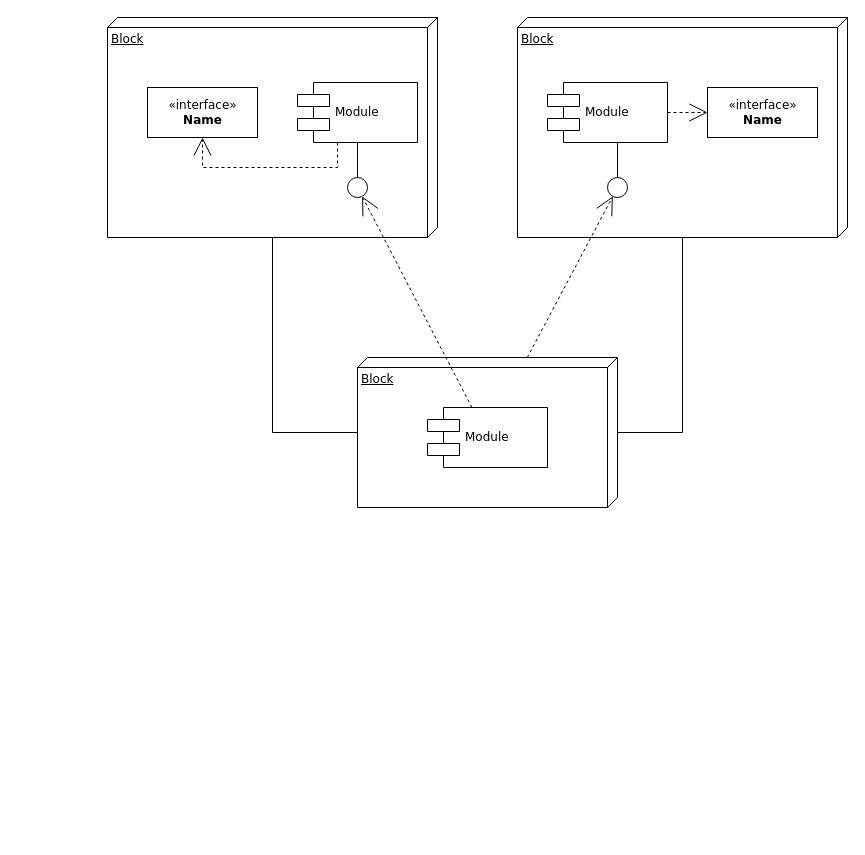
Above: Client.drawio in Ex-A01/Lm2HD-Materials-graph (draw.io), before the change. Source tidied: cells renumbered, new cells numbered last; positions are measured from the earlier drawing's top-left corner, leaving out a move shared by most shapes. Both pictures are drawn from the tidied source at 100%, with x=0, y=0 at pixel (107, 17).
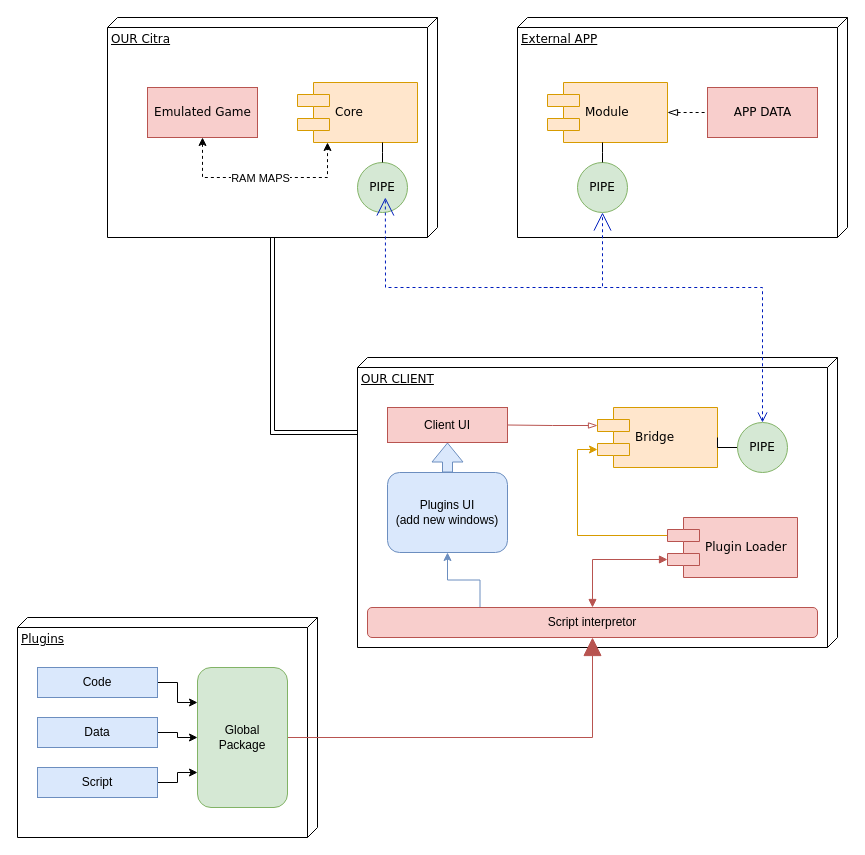
The same diagram, later.

Commit message:
Mettre à jour Client.drawio

What changed in the source:
```diff
@@
-    <mxCell id="2" value="Block" style="verticalAlign=top;align=left;spacingTop=8;spacingLeft=2;spacingRight=12;shape=cube;size=10;direction=south;fontStyle=4;html=1;rounded=0;shadow=0;comic=0;labelBackgroundColor=none;strokeWidth=1;fontFamily=Verdana;fontSize=12;" parent="1" vertex="1">
+    <mxCell id="2" value="OUR Citra" style="verticalAlign=top;align=left;spacingTop=8;spacingLeft=2;spacingRight=12;shape=cube;size=10;direction=south;fontStyle=4;html=1;rounded=0;shadow=0;comic=0;labelBackgroundColor=none;strokeWidth=1;fontFamily=Verdana;fontSize=12;" parent="1" vertex="1">
       <mxGeometry width="330" height="220" as="geometry" />
     </mxCell>
-    <mxCell id="3" value="Block" style="verticalAlign=top;align=left;spacingTop=8;spacingLeft=2;spacingRight=12;shape=cube;size=10;direction=south;fontStyle=4;html=1;rounded=0;shadow=0;comic=0;labelBackgroundColor=none;strokeWidth=1;fontFamily=Verdana;fontSize=12;" parent="1" vertex="1">
+    <mxCell id="3" value="External APP" style="verticalAlign=top;align=left;spacingTop=8;spacingLeft=2;spacingRight=12;shape=cube;size=10;direction=south;fontStyle=4;html=1;rounded=0;shadow=0;comic=0;labelBackgroundColor=none;strokeWidth=1;fontFamily=Verdana;fontSize=12;" parent="1" vertex="1">
       <mxGeometry x="410" width="330" height="220" as="geometry" />
     </mxCell>
-    <mxCell id="4" value="Block" style="verticalAlign=top;align=left;spacingTop=8;spacingLeft=2;spacingRight=12;shape=cube;size=10;direction=south;fontStyle=4;html=1;rounded=0;shadow=0;comic=0;labelBackgroundColor=none;strokeWidth=1;fontFamily=Verdana;fontSize=12;" parent="1" vertex="1">
-      <mxGeometry x="250" y="340" width="260" height="150" as="geometry" />
+    <mxCell id="4" value="OUR CLIENT" style="verticalAlign=top;align=left;spacingTop=8;spacingLeft=2;spacingRight=12;shape=cube;size=10;direction=south;fontStyle=4;html=1;rounded=0;shadow=0;comic=0;labelBackgroundColor=none;strokeWidth=1;fontFamily=Verdana;fontSize=12;" parent="1" vertex="1">
+      <mxGeometry x="250" y="340" width="480" height="290" as="geometry" />
     </mxCell>
-    <mxCell id="5" value="&amp;laquo;interface&amp;raquo;&lt;br&gt;&lt;b&gt;Name&lt;/b&gt;" style="html=1;rounded=0;shadow=0;comic=0;labelBackgroundColor=none;strokeWidth=1;fontFamily=Verdana;fontSize=12;align=center;" parent="1" vertex="1">
+    <mxCell id="5" value="Emulated Game" style="html=1;rounded=0;shadow=0;comic=0;labelBackgroundColor=none;strokeWidth=1;fontFamily=Verdana;fontSize=12;align=center;fillColor=#f8cecc;strokeColor=#b85450;" parent="1" vertex="1">
       <mxGeometry x="40" y="70" width="110" height="50" as="geometry" />
     </mxCell>
-    <mxCell id="6" value="Module" style="shape=component;align=left;spacingLeft=36;rounded=0;shadow=0;comic=0;labelBackgroundColor=none;strokeWidth=1;fontFamily=Verdana;fontSize=12;html=1;" parent="1" vertex="1">
+    <mxCell id="6" value="Core" style="shape=component;align=left;spacingLeft=36;rounded=0;shadow=0;comic=0;labelBackgroundColor=none;strokeWidth=1;fontFamily=Verdana;fontSize=12;html=1;fillColor=#ffe6cc;strokeColor=#d79b00;" parent="1" vertex="1">
       <mxGeometry x="190" y="65" width="120" height="60" as="geometry" />
     </mxCell>
-    <mxCell id="7" style="ellipse;whiteSpace=wrap;html=1;rounded=0;shadow=0;comic=0;labelBackgroundColor=none;strokeWidth=1;fontFamily=Verdana;fontSize=12;align=center;" parent="1" vertex="1">
-      <mxGeometry x="240" y="160" width="20" height="20" as="geometry" />
+    <mxCell id="7" value="PIPE" style="ellipse;whiteSpace=wrap;html=1;rounded=0;shadow=0;comic=0;labelBackgroundColor=none;strokeWidth=1;fontFamily=Verdana;fontSize=12;align=center;fillColor=#d5e8d4;strokeColor=#82b366;" parent="1" vertex="1">
+      <mxGeometry x="250" y="145" width="50" height="50" as="geometry" />
     </mxCell>
-    <mxCell id="8" value="Module" style="shape=component;align=left;spacingLeft=36;rounded=0;shadow=0;comic=0;labelBackgroundColor=none;strokeWidth=1;fontFamily=Verdana;fontSize=12;html=1;" parent="1" vertex="1">
+    <mxCell id="8" value="Module" style="shape=component;align=left;spacingLeft=36;rounded=0;shadow=0;comic=0;labelBackgroundColor=none;strokeWidth=1;fontFamily=Verdana;fontSize=12;html=1;fillColor=#ffe6cc;strokeColor=#d79b00;" parent="1" vertex="1">
       <mxGeometry x="440" y="65" width="120" height="60" as="geometry" />
     </mxCell>
-    <mxCell id="9" value="&amp;laquo;interface&amp;raquo;&lt;br&gt;&lt;b&gt;Name&lt;/b&gt;" style="html=1;rounded=0;shadow=0;comic=0;labelBackgroundColor=none;strokeWidth=1;fontFamily=Verdana;fontSize=12;align=center;" parent="1" vertex="1">
+    <mxCell id="9" value="APP DATA" style="html=1;rounded=0;shadow=0;comic=0;labelBackgroundColor=none;strokeWidth=1;fontFamily=Verdana;fontSize=12;align=center;fillColor=#f8cecc;strokeColor=#b85450;" parent="1" vertex="1">
       <mxGeometry x="600" y="70" width="110" height="50" as="geometry" />
     </mxCell>
-    <mxCell id="10" style="ellipse;whiteSpace=wrap;html=1;rounded=0;shadow=0;comic=0;labelBackgroundColor=none;strokeWidth=1;fontFamily=Verdana;fontSize=12;align=center;" parent="1" vertex="1">
-      <mxGeometry x="500" y="160" width="20" height="20" as="geometry" />
+    <mxCell id="10" value="PIPE" style="ellipse;whiteSpace=wrap;html=1;rounded=0;shadow=0;comic=0;labelBackgroundColor=none;strokeWidth=1;fontFamily=Verdana;fontSize=12;align=center;fillColor=#d5e8d4;strokeColor=#82b366;" parent="1" vertex="1">
+      <mxGeometry x="470" y="145" width="50" height="50" as="geometry" />
     </mxCell>
+    <mxCell id="20" style="edgeStyle=orthogonalEdgeStyle;rounded=0;jettySize=auto;html=1;exitX=0;exitY=0.3;exitDx=0;exitDy=0;entryX=1;entryY=0.5;entryDx=0;entryDy=0;endArrow=none;startFill=0;startArrow=blockThin;fillColor=#f8cecc;strokeColor=#b85450;endSize=12;targetPerimeterSpacing=12;sourcePerimeterSpacing=12;startSize=7;" parent="1" edge="1" source="11" target="39">
+      <mxGeometry relative="1" as="geometry" />
+    </mxCell>
-    <mxCell id="11" value="Module" style="shape=component;align=left;spacingLeft=36;rounded=0;shadow=0;comic=0;labelBackgroundColor=none;strokeWidth=1;fontFamily=Verdana;fontSize=12;html=1;" parent="1" vertex="1">
-      <mxGeometry x="320" y="390" width="120" height="60" as="geometry" />
+    <mxCell id="11" value="Bridge" style="shape=component;align=left;spacingLeft=36;rounded=0;shadow=0;comic=0;labelBackgroundColor=none;strokeWidth=1;fontFamily=Verdana;fontSize=12;html=1;fillColor=#ffe6cc;strokeColor=#d79b00;" parent="1" vertex="1">
+      <mxGeometry x="490" y="390" width="120" height="60" as="geometry" />
     </mxCell>
-    <mxCell id="12" style="edgeStyle=none;rounded=0;html=1;dashed=1;labelBackgroundColor=none;startArrow=none;startFill=0;startSize=8;endArrow=open;endFill=0;endSize=16;fontFamily=Verdana;fontSize=12;" parent="1" edge="1" source="11" target="7">
-      <mxGeometry relative="1" as="geometry" />
+    <mxCell id="12" style="edgeStyle=none;rounded=0;html=1;dashed=1;labelBackgroundColor=none;startArrow=none;startFill=0;startSize=8;endArrow=open;endFill=0;endSize=16;fontFamily=Verdana;fontSize=12;entryX=0.557;entryY=0.7;entryDx=0;entryDy=0;entryPerimeter=0;targetPerimeterSpacing=16;fillColor=#0050ef;strokeColor=#001DBC;" parent="1" edge="1" target="7">
+      <mxGeometry relative="1" as="geometry">
+        <mxPoint x="440" y="270" as="sourcePoint" />
+        <Array as="points">
+          <mxPoint x="278" y="270" />
+        </Array>
+      </mxGeometry>
     </mxCell>
-    <mxCell id="13" style="edgeStyle=none;rounded=0;html=1;dashed=1;labelBackgroundColor=none;startArrow=none;startFill=0;startSize=8;endArrow=open;endFill=0;endSize=16;fontFamily=Verdana;fontSize=12;" parent="1" edge="1" source="4" target="10">
-      <mxGeometry relative="1" as="geometry" />
+    <mxCell id="13" style="edgeStyle=none;rounded=0;html=1;dashed=1;labelBackgroundColor=none;startArrow=open;startFill=0;startSize=8;endArrow=open;endFill=0;endSize=16;fontFamily=Verdana;fontSize=12;exitX=0.5;exitY=0;exitDx=0;exitDy=0;fillColor=#0050ef;strokeColor=#001DBC;" parent="1" edge="1" source="24" target="10">
+      <mxGeometry relative="1" as="geometry">
+        <Array as="points">
+          <mxPoint x="655" y="270" />
+          <mxPoint x="435" y="270" />
+          <mxPoint x="495" y="270" />
+        </Array>
+      </mxGeometry>
     </mxCell>
@@
-    <mxCell id="16" style="edgeStyle=orthogonalEdgeStyle;rounded=0;html=1;labelBackgroundColor=none;startArrow=none;startFill=0;startSize=8;endArrow=open;endFill=0;endSize=16;fontFamily=Verdana;fontSize=12;dashed=1;" parent="1" edge="1" source="6" target="5">
-      <mxGeometry relative="1" as="geometry">
-        <Array as="points">
-          <mxPoint x="230" y="150" />
-          <mxPoint x="95" y="150" />
-        </Array>
-      </mxGeometry>
-    </mxCell>
-    <mxCell id="17" style="edgeStyle=orthogonalEdgeStyle;rounded=0;html=1;dashed=1;labelBackgroundColor=none;startArrow=none;startFill=0;startSize=8;endArrow=open;endFill=0;endSize=16;fontFamily=Verdana;fontSize=12;" parent="1" edge="1" source="8" target="9">
+    <mxCell id="17" style="edgeStyle=orthogonalEdgeStyle;rounded=0;html=1;dashed=1;labelBackgroundColor=none;startArrow=blockThin;startFill=0;startSize=8;endArrow=none;endFill=0;endSize=16;fontFamily=Verdana;fontSize=12;" parent="1" edge="1" source="8" target="9">
       <mxGeometry relative="1" as="geometry" />
     </mxCell>
-    <mxCell id="18" style="edgeStyle=orthogonalEdgeStyle;rounded=0;html=1;labelBackgroundColor=none;startArrow=none;startFill=0;startSize=8;endArrow=none;endFill=0;endSize=16;fontFamily=Verdana;fontSize=12;" parent="1" edge="1" source="4" target="3">
-      <mxGeometry relative="1" as="geometry">
-        <Array as="points">
-          <mxPoint x="575" y="415" />
-        </Array>
-      </mxGeometry>
-    </mxCell>
-    <mxCell id="19" style="edgeStyle=orthogonalEdgeStyle;rounded=0;html=1;labelBackgroundColor=none;startArrow=none;startFill=0;startSize=8;endArrow=none;endFill=0;endSize=16;fontFamily=Verdana;fontSize=12;" parent="1" edge="1" source="4" target="2">
+    <mxCell id="19" style="edgeStyle=orthogonalEdgeStyle;rounded=0;html=1;labelBackgroundColor=none;startArrow=none;startFill=0;endArrow=none;endFill=0;fontFamily=Verdana;fontSize=12;shape=link;" parent="1" edge="1" source="4" target="2">
       <mxGeometry relative="1" as="geometry">
         <Array as="points">
           <mxPoint x="165" y="415" />
         </Array>
       </mxGeometry>
     </mxCell>
+    <mxCell id="21" style="endArrow=classic;startArrow=classic;html=1;rounded=0;exitX=0.5;exitY=1;exitDx=0;exitDy=0;entryX=0.25;entryY=1;entryDx=0;entryDy=0;dashed=1;" parent="1" edge="1" source="5" target="6">
+      <mxGeometry relative="1" as="geometry">
+        <Array as="points">
+          <mxPoint x="95" y="160" />
+          <mxPoint x="220" y="160" />
+        </Array>
+      </mxGeometry>
+    </mxCell>
+    <mxCell id="22" value="RAM MAPS" style="edgeLabel;html=1;align=center;verticalAlign=middle;" parent="21" vertex="1">
+      <mxGeometry x="-0.32" relative="1" as="geometry">
+        <mxPoint x="29" as="offset" />
+      </mxGeometry>
+    </mxCell>
+    <mxCell id="23" style="edgeStyle=orthogonalEdgeStyle;rounded=0;jettySize=auto;html=1;exitX=0;exitY=0.5;exitDx=0;exitDy=0;entryX=1;entryY=0.5;entryDx=0;entryDy=0;endArrow=none;startFill=0;" parent="1" edge="1" source="24" target="11">
+      <mxGeometry relative="1" as="geometry" />
+    </mxCell>
+    <mxCell id="24" value="PIPE" style="ellipse;whiteSpace=wrap;html=1;rounded=0;shadow=0;comic=0;labelBackgroundColor=none;strokeWidth=1;fontFamily=Verdana;fontSize=12;align=center;fillColor=#d5e8d4;strokeColor=#82b366;" parent="1" vertex="1">
+      <mxGeometry x="630" y="405" width="50" height="50" as="geometry" />
+    </mxCell>
+    <mxCell id="25" style="edgeStyle=orthogonalEdgeStyle;rounded=0;jettySize=auto;html=1;exitX=0;exitY=0.3;exitDx=0;exitDy=0;entryX=0;entryY=0.7;entryDx=0;entryDy=0;fillColor=#ffe6cc;strokeColor=#d79b00;" parent="1" edge="1" source="26" target="11">
+      <mxGeometry relative="1" as="geometry">
+        <Array as="points">
+          <mxPoint x="470" y="518" />
+          <mxPoint x="470" y="432" />
+        </Array>
+      </mxGeometry>
+    </mxCell>
+    <mxCell id="26" value="Plugin Loader" style="shape=component;align=left;spacingLeft=36;rounded=0;shadow=0;comic=0;labelBackgroundColor=none;strokeWidth=1;fontFamily=Verdana;fontSize=12;html=1;fillColor=#f8cecc;strokeColor=#b85450;" parent="1" vertex="1">
+      <mxGeometry x="560" y="500" width="130" height="60" as="geometry" />
+    </mxCell>
+    <mxCell id="27" value="Plugins" style="verticalAlign=top;align=left;spacingTop=8;spacingLeft=2;spacingRight=12;shape=cube;size=10;direction=south;fontStyle=4;html=1;rounded=0;shadow=0;comic=0;labelBackgroundColor=none;strokeWidth=1;fontFamily=Verdana;fontSize=12;" parent="1" vertex="1">
+      <mxGeometry x="-90" y="600" width="300" height="220" as="geometry" />
+    </mxCell>
+    <mxCell id="28" style="edgeStyle=orthogonalEdgeStyle;rounded=0;jettySize=auto;html=1;exitX=1;exitY=0.5;exitDx=0;exitDy=0;entryX=0;entryY=0.5;entryDx=0;entryDy=0;" parent="1" edge="1" source="29" target="35">
+      <mxGeometry relative="1" as="geometry" />
+    </mxCell>
+    <mxCell id="29" value="Data" style="rounded=0;whiteSpace=wrap;html=1;fillColor=#dae8fc;strokeColor=#6c8ebf;" parent="1" vertex="1">
+      <mxGeometry x="-70" y="700" width="120" height="30" as="geometry" />
+    </mxCell>
+    <mxCell id="30" style="edgeStyle=orthogonalEdgeStyle;rounded=0;jettySize=auto;html=1;exitX=1;exitY=0.5;exitDx=0;exitDy=0;entryX=0;entryY=0.25;entryDx=0;entryDy=0;" parent="1" edge="1" source="31" target="35">
+      <mxGeometry relative="1" as="geometry" />
+    </mxCell>
+    <mxCell id="31" value="Code" style="rounded=0;whiteSpace=wrap;html=1;fillColor=#dae8fc;strokeColor=#6c8ebf;" parent="1" vertex="1">
+      <mxGeometry x="-70" y="650" width="120" height="30" as="geometry" />
+    </mxCell>
+    <mxCell id="32" style="edgeStyle=orthogonalEdgeStyle;rounded=0;jettySize=auto;html=1;exitX=1;exitY=0.5;exitDx=0;exitDy=0;entryX=0;entryY=0.75;entryDx=0;entryDy=0;" parent="1" edge="1" source="33" target="35">
+      <mxGeometry relative="1" as="geometry" />
+    </mxCell>
+    <mxCell id="33" value="Script" style="rounded=0;whiteSpace=wrap;html=1;fillColor=#dae8fc;strokeColor=#6c8ebf;" parent="1" vertex="1">
+      <mxGeometry x="-70" y="750" width="120" height="30" as="geometry" />
+    </mxCell>
+    <mxCell id="34" style="edgeStyle=orthogonalEdgeStyle;rounded=0;jettySize=auto;html=1;exitX=1;exitY=0.5;exitDx=0;exitDy=0;entryX=0.5;entryY=1;entryDx=0;entryDy=0;endArrow=block;endFill=1;endSize=16;fillColor=#f8cecc;strokeColor=#b85450;" parent="1" edge="1" source="35" target="38">
+      <mxGeometry relative="1" as="geometry" />
+    </mxCell>
+    <mxCell id="35" value="Global&lt;br&gt;Package" style="rounded=1;whiteSpace=wrap;html=1;fillColor=#d5e8d4;strokeColor=#82b366;" parent="1" vertex="1">
+      <mxGeometry x="90" y="650" width="90" height="140" as="geometry" />
+    </mxCell>
+    <mxCell id="36" style="edgeStyle=orthogonalEdgeStyle;rounded=0;jettySize=auto;html=1;entryX=0;entryY=0.7;entryDx=0;entryDy=0;fillColor=#f8cecc;strokeColor=#b85450;exitX=0.5;exitY=0;exitDx=0;exitDy=0;startArrow=block;startFill=1;endArrow=block;endFill=1;targetPerimeterSpacing=6;sourcePerimeterSpacing=6;" parent="1" edge="1" source="38" target="26">
+      <mxGeometry relative="1" as="geometry" />
+    </mxCell>
+    <mxCell id="37" style="edgeStyle=orthogonalEdgeStyle;rounded=0;jettySize=auto;html=1;exitX=0.25;exitY=0;exitDx=0;exitDy=0;entryX=0.5;entryY=1;entryDx=0;entryDy=0;fillColor=#dae8fc;strokeColor=#6c8ebf;" parent="1" edge="1" source="38" target="41">
+      <mxGeometry relative="1" as="geometry" />
+    </mxCell>
+    <mxCell id="38" value="Script interpretor" style="rounded=1;whiteSpace=wrap;html=1;fillColor=#f8cecc;strokeColor=#b85450;" parent="1" vertex="1">
+      <mxGeometry x="260" y="590" width="450" height="30" as="geometry" />
+    </mxCell>
+    <mxCell id="39" value="Client UI" style="rounded=0;whiteSpace=wrap;html=1;fillColor=#f8cecc;strokeColor=#b85450;" parent="1" vertex="1">
+      <mxGeometry x="280" y="390" width="120" height="35" as="geometry" />
+    </mxCell>
+    <mxCell id="40" style="edgeStyle=orthogonalEdgeStyle;rounded=0;jettySize=auto;html=1;exitX=0.5;exitY=0;exitDx=0;exitDy=0;entryX=0.5;entryY=1;entryDx=0;entryDy=0;shape=flexArrow;fillColor=#dae8fc;strokeColor=#6c8ebf;" parent="1" edge="1" source="41" target="39">
+      <mxGeometry relative="1" as="geometry" />
+    </mxCell>
+    <mxCell id="41" value="Plugins UI&lt;br&gt;(add new windows)" style="rounded=1;whiteSpace=wrap;html=1;fillColor=#dae8fc;strokeColor=#6c8ebf;" parent="1" vertex="1">
+      <mxGeometry x="280" y="455" width="120" height="80" as="geometry" />
+    </mxCell>
```
